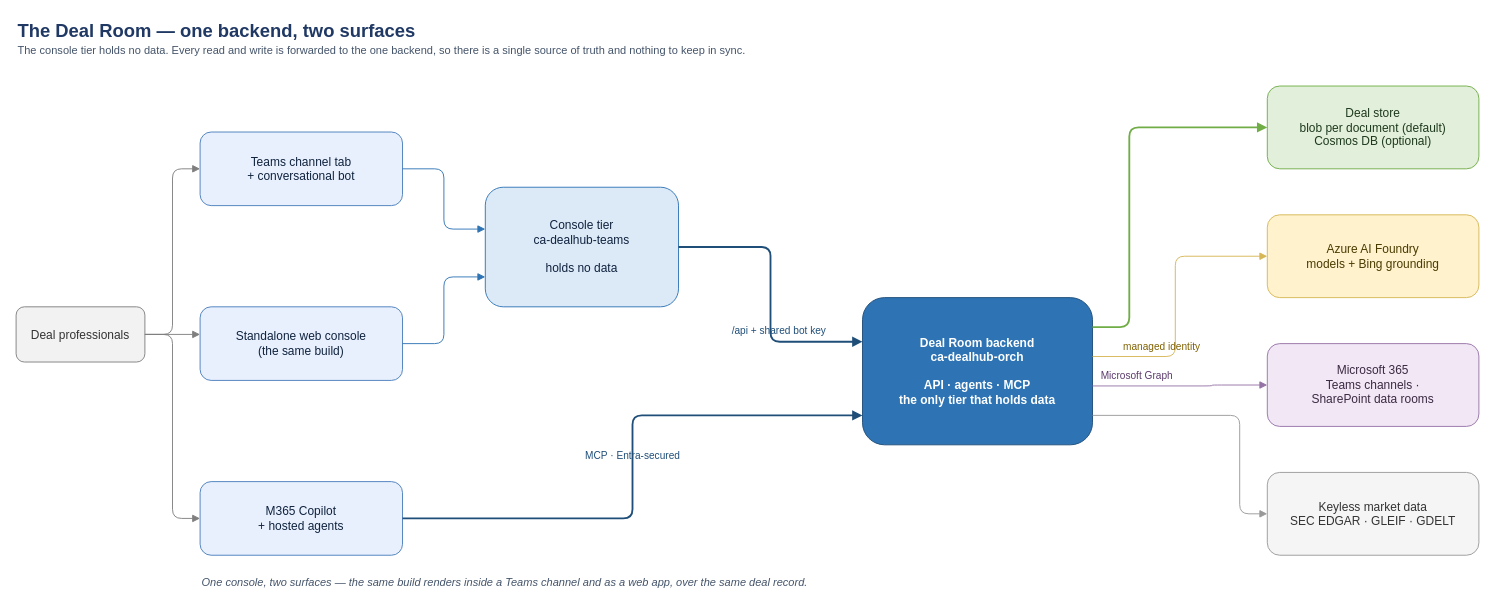
amitdesai08/private-markets-deal-room keeps this draw.io diagram as page "How it fits together" (1 of 5) of docs/diagrams/deal-room-architecture.drawio. Above is the earlier version. Source tidied: cells renumbered, new cells numbered last; positions are measured from the earlier drawing's top-left corner, leaving out a move shared by most shapes. Both pictures are drawn from the tidied source at 92%, with x=0, y=0 at pixel (16, 16).
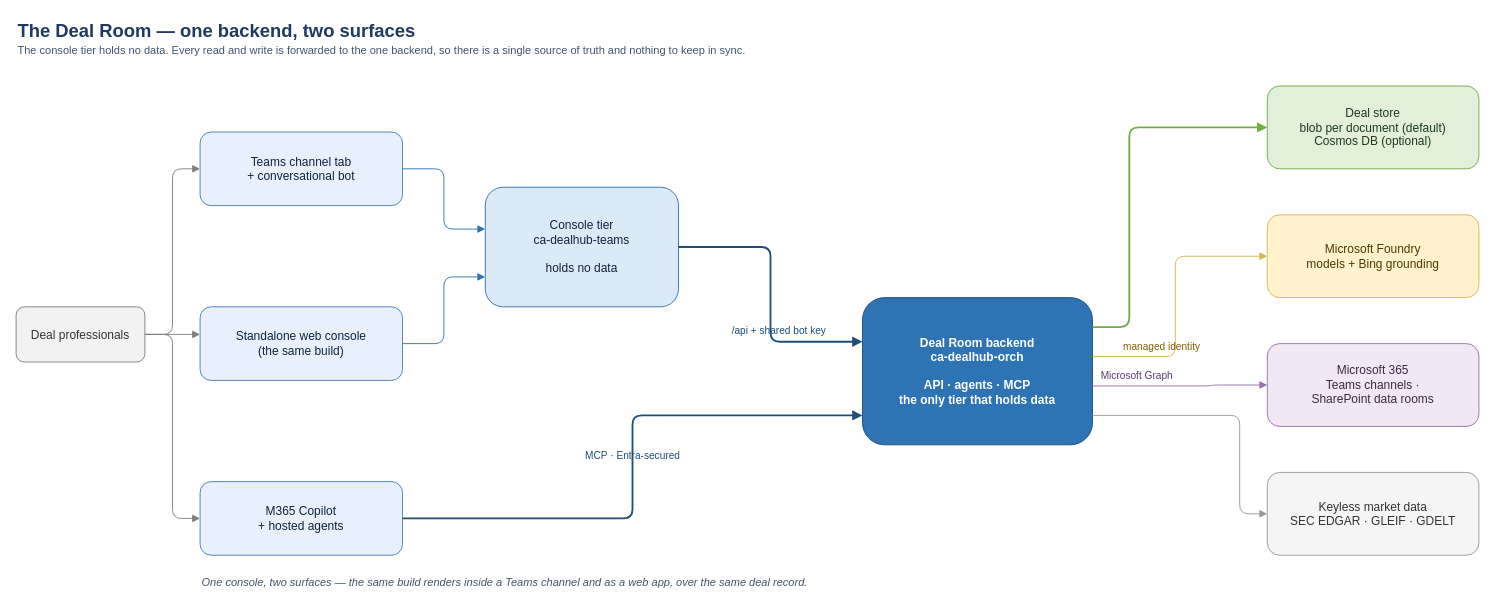
The same diagram, later.

Change to the diagram source:
```diff
@@
-    <mxCell id="11" value="Azure AI Foundry&#10;models + Bing grounding" style="rounded=1;whiteSpace=wrap;html=1;fillColor=#FFF2CC;strokeColor=#D6B656;fontColor=#4A3B00;fontSize=13;" parent="1" vertex="1">
+    <mxCell id="11" value="Microsoft Foundry&#10;models + Bing grounding" style="rounded=1;whiteSpace=wrap;html=1;fillColor=#FFF2CC;strokeColor=#D6B656;fontColor=#4A3B00;fontSize=13;" parent="1" vertex="1">
       <mxGeometry x="1360" y="216" width="230" height="90" as="geometry" />
     </mxCell>
```
